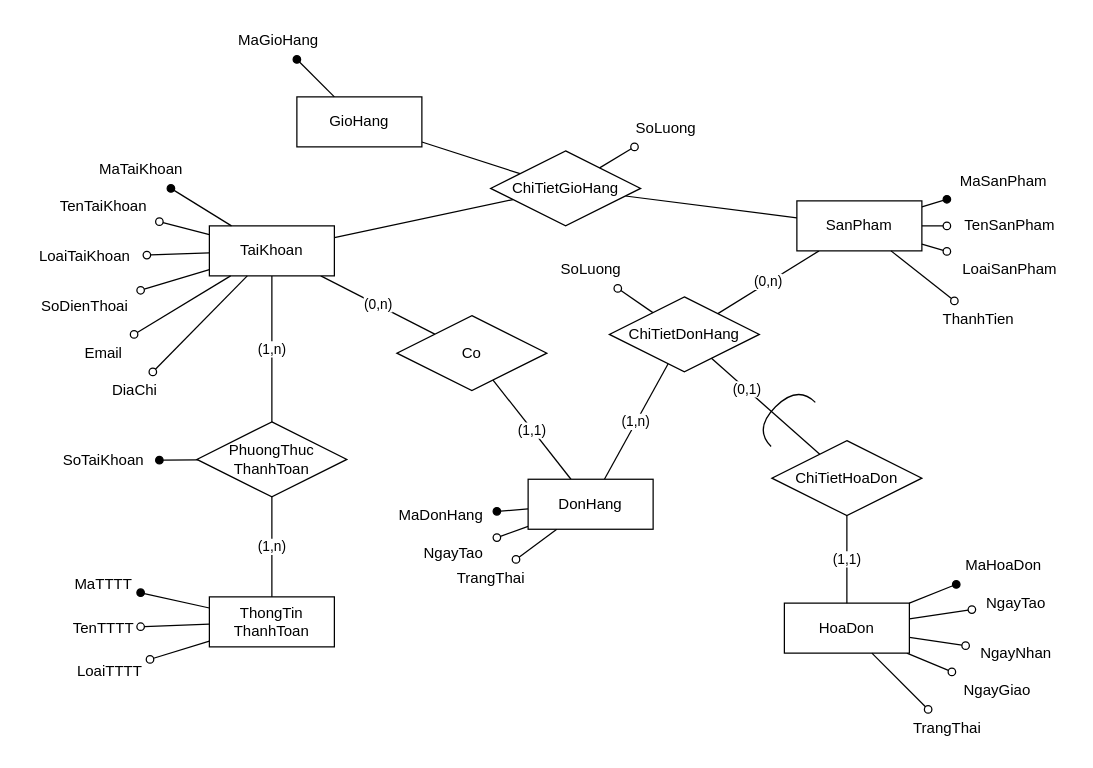
This is Nam3_HK1/CNPM_SoftTech/SơĐồThựcThểKếtHợp.drawio from EdgarIgnite16/SGU-Course, a draw.io file, before an edit. Source tidied: cells renumbered, new cells numbered last; positions are measured from the earlier drawing's top-left corner, leaving out a move shared by most shapes. Both pictures are drawn from the tidied source at 125%, with x=0, y=0 at pixel (21, 21).
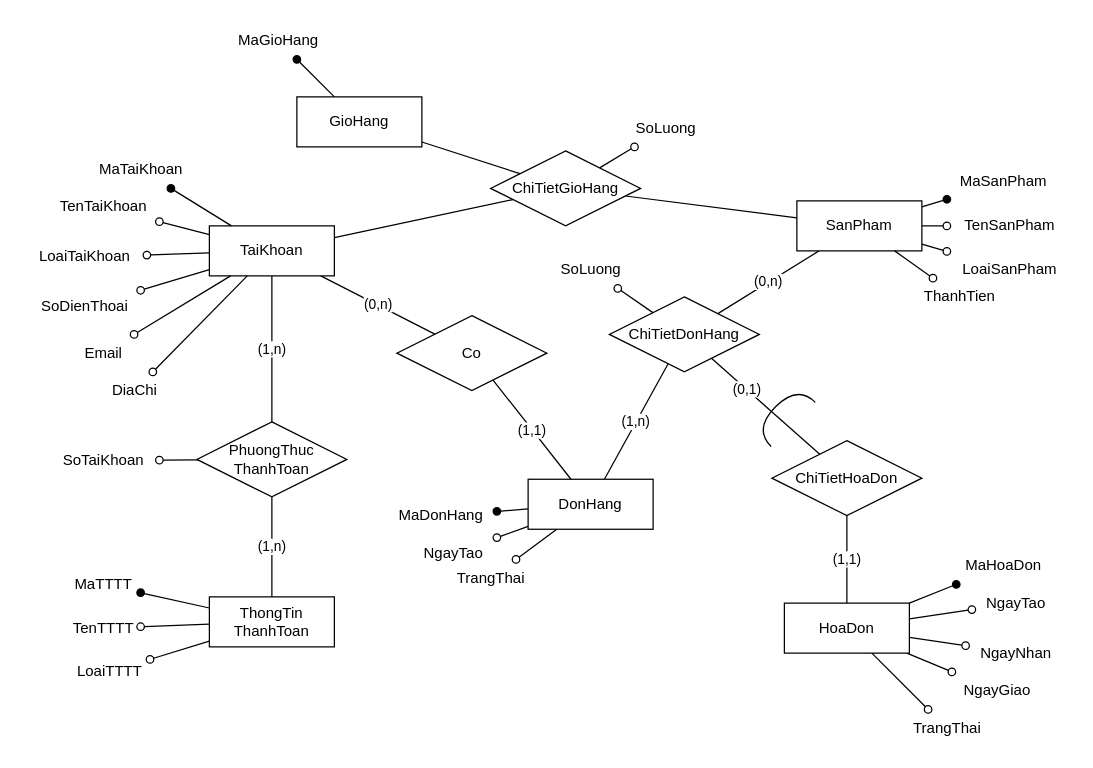
The same diagram, later.

Unchanged cells that the change refers to:
```xml
<mxCell id="41" value="PhuongThuc&lt;br&gt;ThanhToan" style="shape=rhombus;perimeter=rhombusPerimeter;whiteSpace=wrap;html=1;align=center;" parent="1" vertex="1">
  <mxGeometry x="140" y="320" width="120" height="60" as="geometry" />
</mxCell>
<mxCell id="42" value="SoTaiKhoan" style="text;html=1;align=center;verticalAlign=middle;points=[];strokeColor=none;fillColor=none;" parent="1" vertex="1">
  <mxGeometry x="20" y="335.9" width="90" height="30" as="geometry" />
</mxCell>
```

What changed in the source:
```diff
@@
     <mxCell id="9" value="ThanhTien" style="text;html=1;align=center;verticalAlign=middle;points=[];strokeColor=none;fillColor=none;" parent="1" vertex="1">
-      <mxGeometry x="725" y="223.2" width="80" height="30" as="geometry" />
+      <mxGeometry x="710" y="205" width="80" height="30" as="geometry" />
     </mxCell>
@@
-    <mxCell id="43" style="rounded=0;jettySize=auto;html=1;startArrow=none;startFill=0;endArrow=oval;endFill=1;" parent="1" edge="1" source="41" target="42">
+    <mxCell id="43" style="rounded=0;jettySize=auto;html=1;startArrow=none;startFill=0;endArrow=oval;endFill=0;" parent="1" edge="1" source="41" target="42">
       <mxGeometry relative="1" as="geometry" />
     </mxCell>
```
